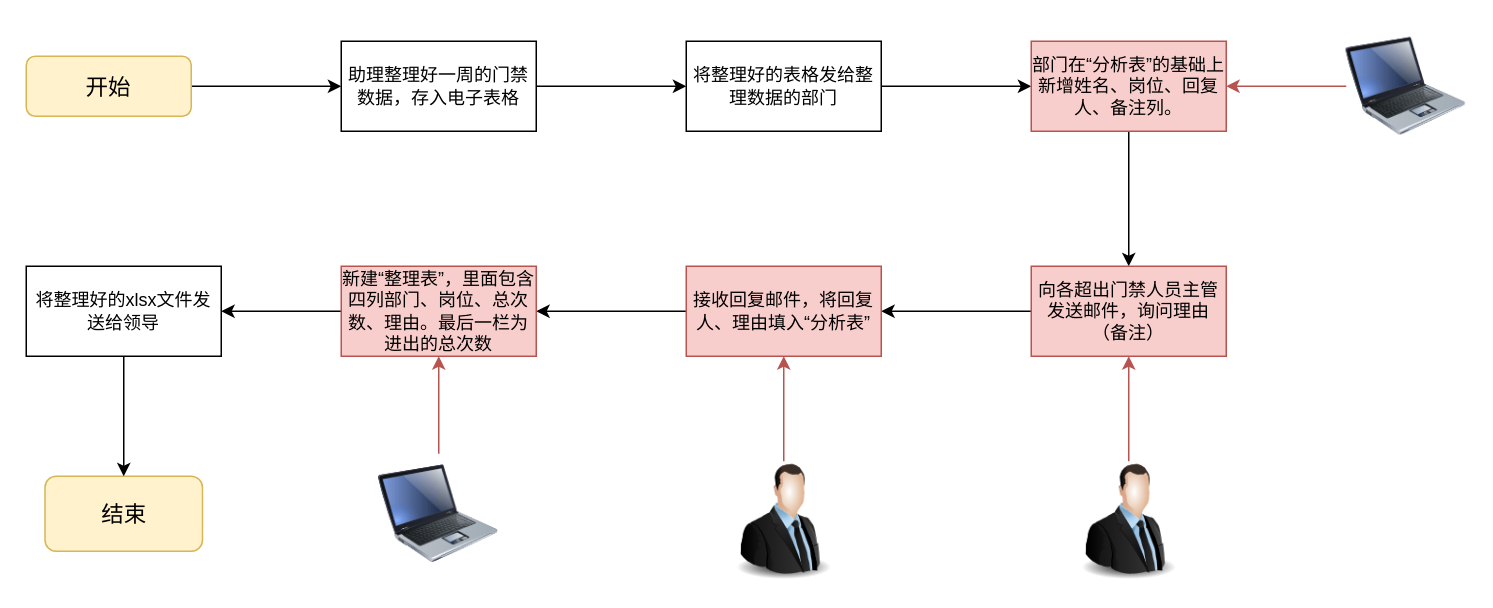
Earlier version of the draw.io diagram flowchart/自动化整理门禁信息.drawio (PenguinLJ/DrawChart). Source tidied: cells renumbered, new cells numbered last; positions are measured from the earlier drawing's top-left corner, leaving out a move shared by most shapes. Both pictures are drawn from the tidied source at 150%, with x=0, y=0 at pixel (26, 26).
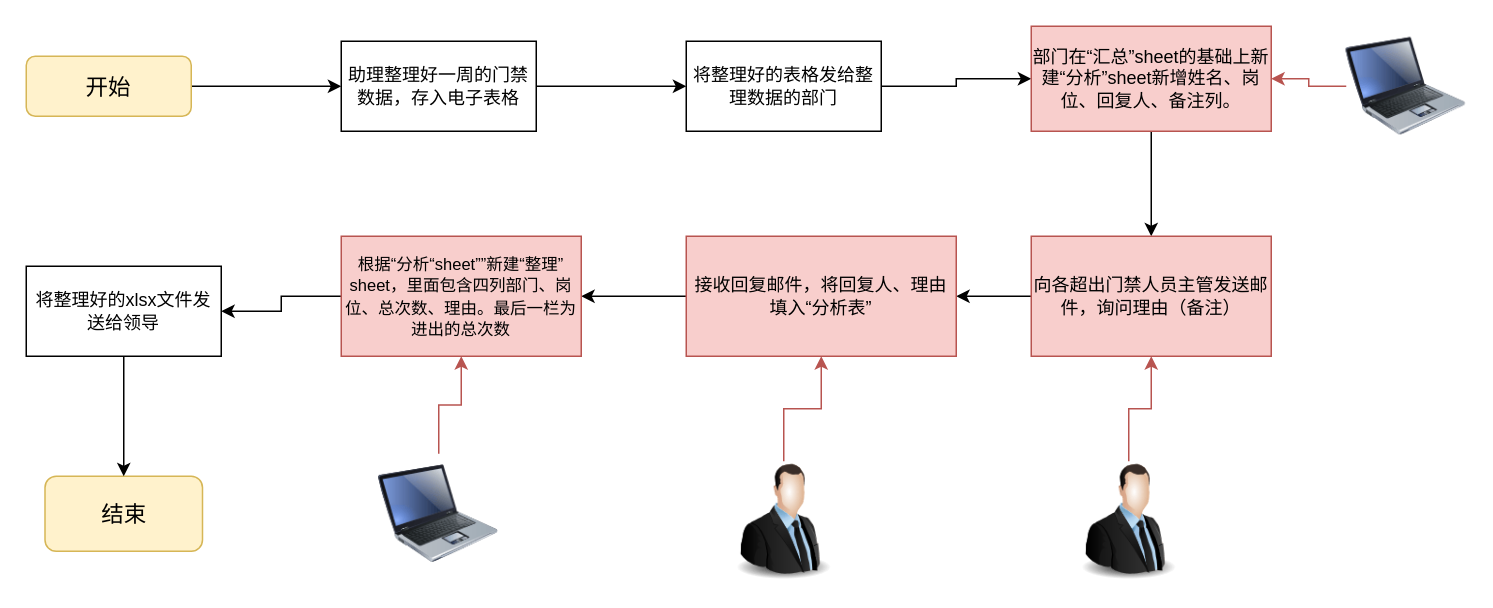
After the change.

Commit message:
更新自动化整理门禁信息.drawio

What changed in the source:
```diff
@@
-    <mxCell id="10" value="部门在“分析表”的基础上新增姓名、岗位、回复人、备注列。" style="rounded=0;whiteSpace=wrap;html=1;fillColor=#f8cecc;strokeColor=#b85450;" parent="1" vertex="1">
-      <mxGeometry x="670" y="10" width="130" height="60" as="geometry" />
+    <mxCell id="10" value="部门在“汇总”sheet的基础上新建“分析”sheet新增姓名、岗位、回复人、备注列。" style="rounded=0;whiteSpace=wrap;html=1;fillColor=#f8cecc;strokeColor=#b85450;" parent="1" vertex="1">
+      <mxGeometry x="670" width="160" height="70" as="geometry" />
     </mxCell>
@@
     <mxCell id="12" value="向各超出门禁人员主管发送邮件，询问理由（备注）" style="rounded=0;whiteSpace=wrap;html=1;fillColor=#f8cecc;strokeColor=#b85450;" parent="1" vertex="1">
-      <mxGeometry x="670" y="160" width="130" height="60" as="geometry" />
+      <mxGeometry x="670" y="140" width="160" height="80" as="geometry" />
     </mxCell>
@@
     <mxCell id="14" value="接收回复邮件，将回复人、理由填入“分析表”" style="rounded=0;whiteSpace=wrap;html=1;fillColor=#f8cecc;strokeColor=#b85450;" parent="1" vertex="1">
-      <mxGeometry x="440" y="160" width="130" height="60" as="geometry" />
+      <mxGeometry x="440" y="140" width="180" height="80" as="geometry" />
     </mxCell>
@@
-    <mxCell id="16" value="新建“整理表”，里面包含四列部门、岗位、总次数、理由。最后一栏为进出的总次数" style="rounded=0;whiteSpace=wrap;html=1;fillColor=#f8cecc;strokeColor=#b85450;" parent="1" vertex="1">
-      <mxGeometry x="210" y="160" width="130" height="60" as="geometry" />
+    <mxCell id="16" value="&lt;font style=&quot;font-size: 11px;&quot;&gt;根据“分析“sheet””新建“整理”sheet，里面包含四列部门、岗位、总次数、理由。最后一栏为进出的总次数&lt;/font&gt;" style="rounded=0;whiteSpace=wrap;html=1;fillColor=#f8cecc;strokeColor=#b85450;" parent="1" vertex="1">
+      <mxGeometry x="210" y="140" width="160" height="80" as="geometry" />
     </mxCell>
```
